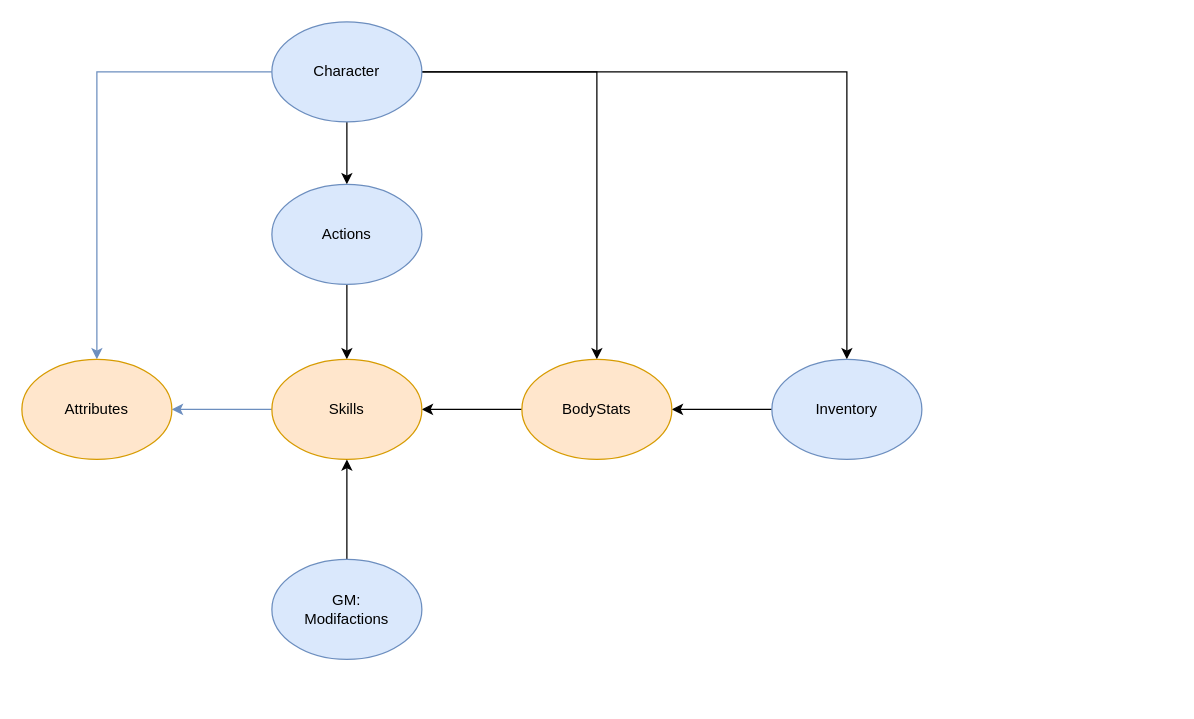
Before: page "Influences" (1 of 3) of docs/CharacterClass.drawio in LoSmith/CoriolisCharakterManager, a draw.io diagram. Source tidied: cells renumbered, new cells numbered last; positions are measured from the earlier drawing's top-left corner, leaving out a move shared by most shapes. Both pictures are drawn from the tidied source at 125%, with x=0, y=0 at pixel (21, 21).
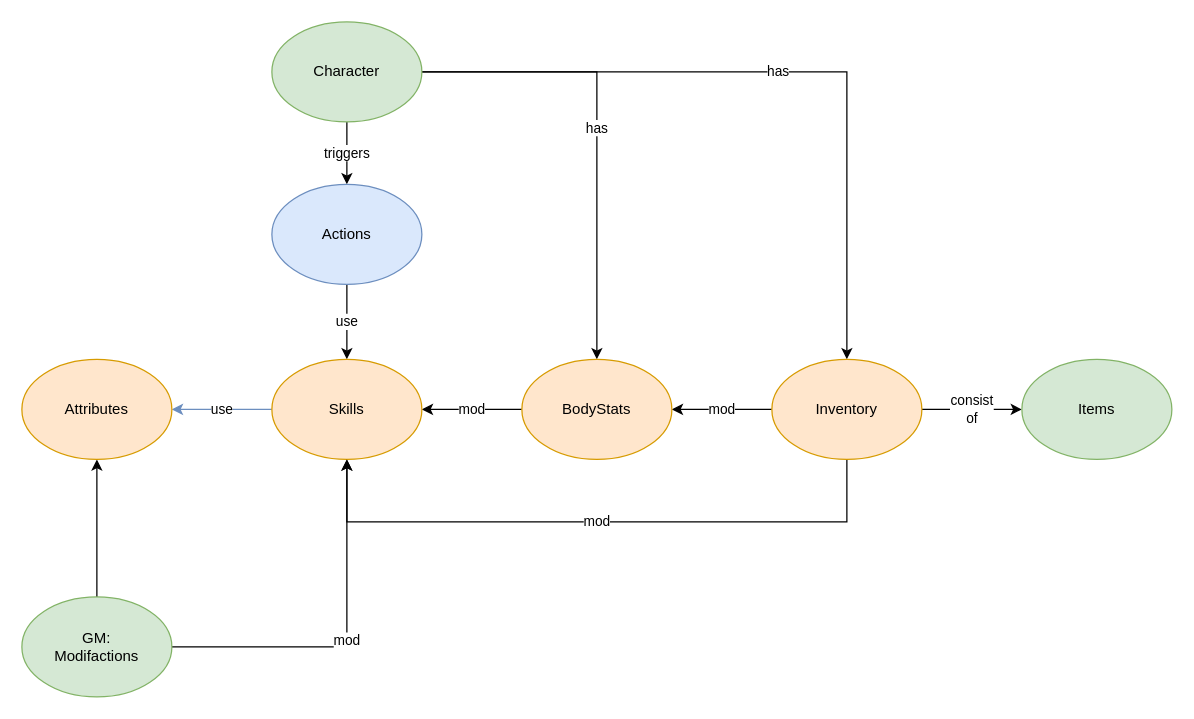
The same page after the edit.

Unchanged cells that the change refers to:
```xml
<mxCell id="10" value="BodyStats" style="ellipse;whiteSpace=wrap;html=1;fillColor=#ffe6cc;strokeColor=#d79b00;" parent="1" vertex="1">
  <mxGeometry x="400" y="270" width="120" height="80" as="geometry" />
</mxCell>
<mxCell id="12" value="Actions" style="ellipse;whiteSpace=wrap;html=1;fillColor=#dae8fc;strokeColor=#6c8ebf;" parent="1" vertex="1">
  <mxGeometry x="200" y="130" width="120" height="80" as="geometry" />
</mxCell>
<mxCell id="14" value="Skills" style="ellipse;whiteSpace=wrap;html=1;fillColor=#ffe6cc;strokeColor=#d79b00;" parent="1" vertex="1">
  <mxGeometry x="200" y="270" width="120" height="80" as="geometry" />
</mxCell>
<mxCell id="17" value="Attributes" style="ellipse;whiteSpace=wrap;html=1;fillColor=#ffe6cc;strokeColor=#d79b00;" parent="1" vertex="1">
  <mxGeometry y="270" width="120" height="80" as="geometry" />
</mxCell>
```

What changed in the source:
```diff
@@
-    <mxCell id="2" style="edgeStyle=orthogonalEdgeStyle;rounded=0;jettySize=auto;html=1;fillColor=#dae8fc;strokeColor=#6c8ebf;" parent="1" edge="1" source="6" target="17">
-      <mxGeometry relative="1" as="geometry" />
-    </mxCell>
-    <mxCell id="3" style="edgeStyle=orthogonalEdgeStyle;rounded=0;jettySize=auto;html=1;" parent="1" edge="1" source="6" target="12">
+    <mxCell id="3" value="triggers" style="edgeStyle=orthogonalEdgeStyle;rounded=0;jettySize=auto;html=1;" parent="1" edge="1" source="6" target="12">
       <mxGeometry relative="1" as="geometry" />
     </mxCell>
-    <mxCell id="4" style="edgeStyle=orthogonalEdgeStyle;rounded=0;jettySize=auto;html=1;" parent="1" edge="1" source="6" target="10">
+    <mxCell id="4" value="has" style="edgeStyle=orthogonalEdgeStyle;rounded=0;jettySize=auto;html=1;" parent="1" edge="1" source="6" target="10">
       <mxGeometry relative="1" as="geometry" />
     </mxCell>
-    <mxCell id="5" style="edgeStyle=orthogonalEdgeStyle;rounded=0;jettySize=auto;html=1;" parent="1" edge="1" source="6" target="8">
+    <mxCell id="5" value="has" style="edgeStyle=orthogonalEdgeStyle;rounded=0;jettySize=auto;html=1;" parent="1" edge="1" source="6" target="8">
       <mxGeometry relative="1" as="geometry" />
     </mxCell>
-    <mxCell id="6" value="Character" style="ellipse;whiteSpace=wrap;html=1;fillColor=#dae8fc;strokeColor=#6c8ebf;" parent="1" vertex="1">
+    <mxCell id="6" value="Character" style="ellipse;whiteSpace=wrap;html=1;fillColor=#d5e8d4;strokeColor=#82b366;" parent="1" vertex="1">
       <mxGeometry x="200" width="120" height="80" as="geometry" />
     </mxCell>
-    <mxCell id="7" style="edgeStyle=orthogonalEdgeStyle;rounded=0;jettySize=auto;html=1;" parent="1" edge="1" source="8" target="10">
+    <mxCell id="7" value="mod" style="edgeStyle=orthogonalEdgeStyle;rounded=0;jettySize=auto;html=1;" parent="1" edge="1" source="8" target="10">
       <mxGeometry relative="1" as="geometry" />
     </mxCell>
+    <mxCell id="18" value="mod" style="edgeStyle=orthogonalEdgeStyle;rounded=0;jettySize=auto;html=1;exitX=0.5;exitY=1;exitDx=0;exitDy=0;entryX=0.5;entryY=1;entryDx=0;entryDy=0;" parent="1" edge="1" source="8" target="14">
+      <mxGeometry relative="1" as="geometry">
+        <Array as="points">
+          <mxPoint x="660" y="400" />
+          <mxPoint x="260" y="400" />
+        </Array>
+      </mxGeometry>
+    </mxCell>
+    <mxCell id="19" value="consist&lt;br&gt;of" style="edgeStyle=orthogonalEdgeStyle;rounded=0;jettySize=auto;html=1;exitX=1;exitY=0.5;exitDx=0;exitDy=0;" parent="1" edge="1" source="8" target="20">
+      <mxGeometry relative="1" as="geometry" />
+    </mxCell>
-    <mxCell id="8" value="Inventory" style="ellipse;whiteSpace=wrap;html=1;fillColor=#dae8fc;strokeColor=#6c8ebf;" parent="1" vertex="1">
+    <mxCell id="8" value="Inventory" style="ellipse;whiteSpace=wrap;html=1;fillColor=#ffe6cc;strokeColor=#d79b00;" parent="1" vertex="1">
       <mxGeometry x="600" y="270" width="120" height="80" as="geometry" />
     </mxCell>
+    <mxCell id="20" value="Items" style="ellipse;whiteSpace=wrap;html=1;fillColor=#d5e8d4;strokeColor=#82b366;" parent="1" vertex="1">
+      <mxGeometry x="800" y="270" width="120" height="80" as="geometry" />
+    </mxCell>
-    <mxCell id="9" style="edgeStyle=orthogonalEdgeStyle;rounded=0;jettySize=auto;html=1;" parent="1" edge="1" source="10" target="14">
+    <mxCell id="9" value="mod" style="edgeStyle=orthogonalEdgeStyle;rounded=0;jettySize=auto;html=1;" parent="1" edge="1" source="10" target="14">
       <mxGeometry relative="1" as="geometry" />
     </mxCell>
@@
-    <mxCell id="11" style="edgeStyle=orthogonalEdgeStyle;rounded=0;jettySize=auto;html=1;" parent="1" edge="1" source="12" target="14">
+    <mxCell id="11" value="use" style="edgeStyle=orthogonalEdgeStyle;rounded=0;jettySize=auto;html=1;" parent="1" edge="1" source="12" target="14">
       <mxGeometry relative="1" as="geometry" />
     </mxCell>
@@
-    <mxCell id="13" style="edgeStyle=orthogonalEdgeStyle;rounded=0;jettySize=auto;html=1;fillColor=#dae8fc;strokeColor=#6c8ebf;" parent="1" edge="1" source="14" target="17">
+    <mxCell id="13" value="use" style="edgeStyle=orthogonalEdgeStyle;rounded=0;jettySize=auto;html=1;fillColor=#dae8fc;strokeColor=#6c8ebf;" parent="1" edge="1" source="14" target="17">
       <mxGeometry relative="1" as="geometry" />
     </mxCell>
@@
-    <mxCell id="15" style="edgeStyle=orthogonalEdgeStyle;rounded=0;jettySize=auto;html=1;" parent="1" edge="1" source="16" target="14">
+    <mxCell id="15" value="mod" style="edgeStyle=orthogonalEdgeStyle;rounded=0;jettySize=auto;html=1;" parent="1" edge="1" source="16" target="14">
       <mxGeometry relative="1" as="geometry" />
     </mxCell>
+    <mxCell id="21" style="edgeStyle=orthogonalEdgeStyle;rounded=0;jettySize=auto;html=1;exitX=0.5;exitY=0;exitDx=0;exitDy=0;" parent="1" edge="1" source="16" target="17">
+      <mxGeometry relative="1" as="geometry" />
+    </mxCell>
-    <mxCell id="16" value="GM:&lt;br&gt;Modifactions" style="ellipse;whiteSpace=wrap;html=1;fillColor=#dae8fc;strokeColor=#6c8ebf;" parent="1" vertex="1">
-      <mxGeometry x="200" y="430" width="120" height="80" as="geometry" />
+    <mxCell id="16" value="GM:&lt;br&gt;Modifactions" style="ellipse;whiteSpace=wrap;html=1;fillColor=#d5e8d4;strokeColor=#82b366;" parent="1" vertex="1">
+      <mxGeometry y="460" width="120" height="80" as="geometry" />
     </mxCell>
```
